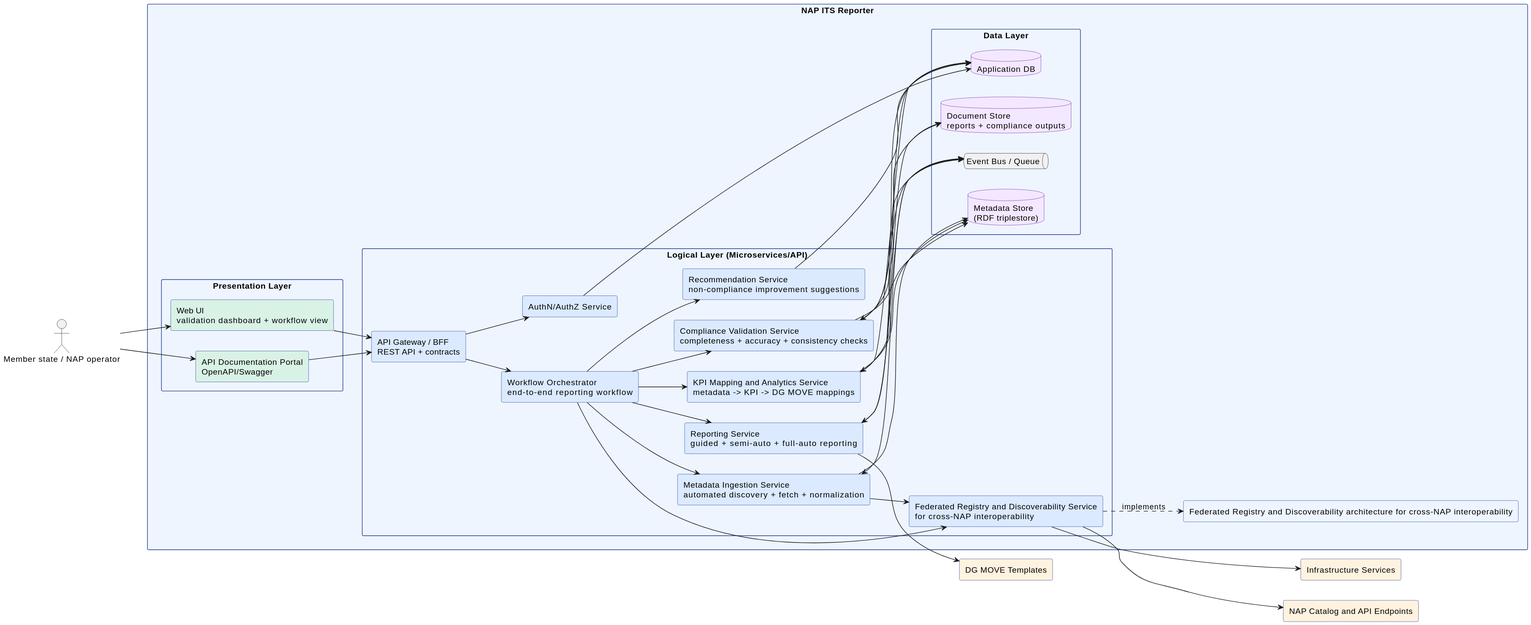
Earlier version of the PlantUML export docs/architecture/svg/container.svg (UM-KGPI/Napcore-ITS-Reporting).
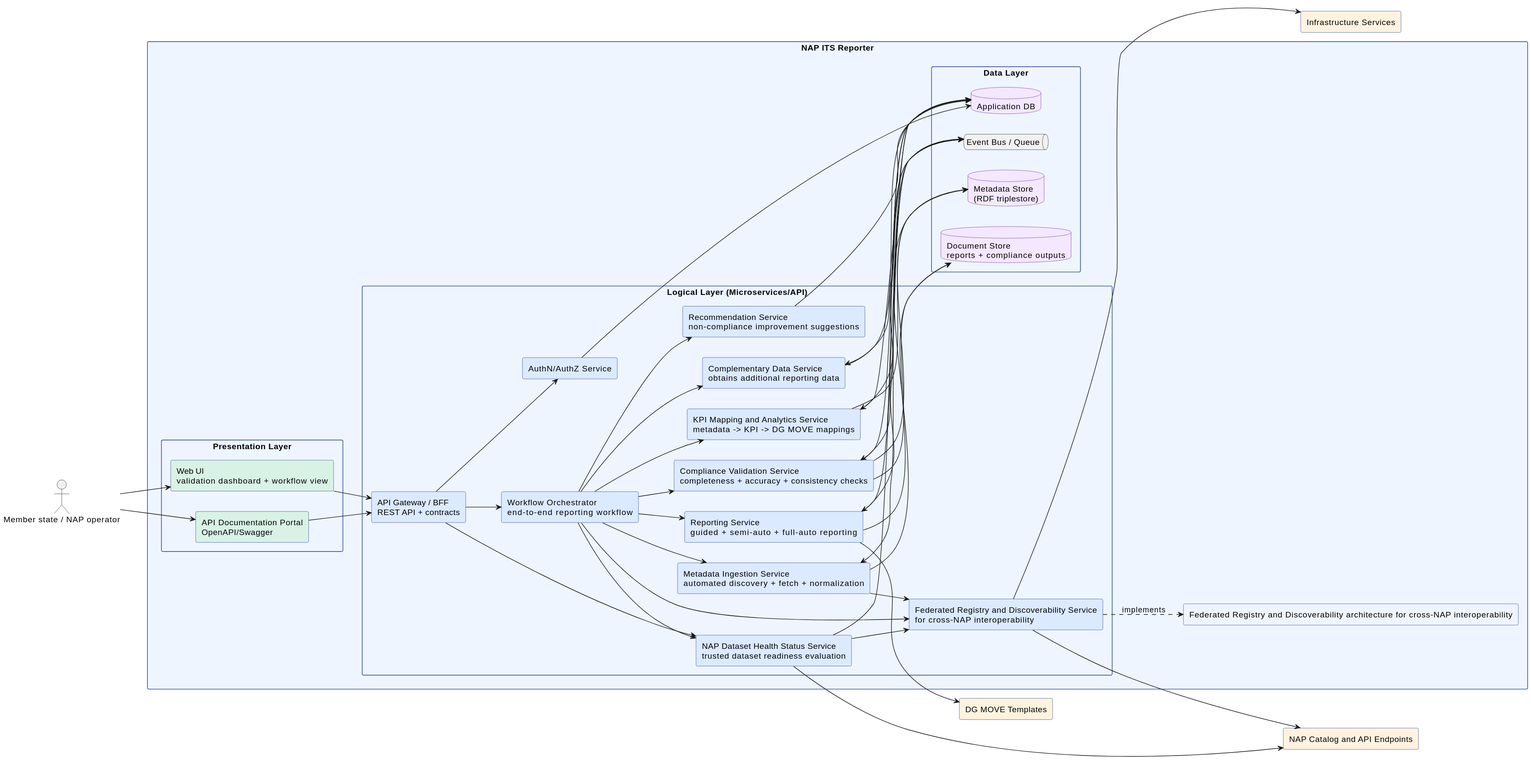
After the commit.

Change to the diagram source:
```diff
@@ -23,18 +23,19 @@
     rectangle "API Documentation Portal\nOpenAPI/Swagger" as APIDOC #d9f2e6
   }
 
-  package "Logical Layer (Microservices/API)" {
+    package "Logical Layer (Microservices/API)" {
     rectangle "API Gateway / BFF\nREST API + contracts" as BFF #dbeafe
     rectangle "Metadata Ingestion Service\nautomated discovery + fetch + normalization" as ING #dbeafe
     rectangle "Federated Registry and Discoverability Service\nfor cross-NAP interoperability" as REGDISC #dbeafe
+    rectangle "NAP Dataset Health Status Service\ntrusted dataset readiness evaluation" as DHS #dbeafe
     rectangle "Compliance Validation Service\ncompleteness + accuracy + consistency checks" as VAL #dbeafe
+    rectangle "Complementary Data Service\nobtains additional reporting data" as COMP #dbeafe
     rectangle "KPI Mapping and Analytics Service\nmetadata -> KPI -> DG MOVE mappings" as KPI #dbeafe
     rectangle "Reporting Service\nguided + semi-auto + full-auto reporting" as REP #dbeafe
     rectangle "Recommendation Service\nnon-compliance improvement suggestions" as REC #dbeafe
     rectangle "Workflow Orchestrator\nend-to-end reporting workflow" as WF #dbeafe
     rectangle "AuthN/AuthZ Service" as IAM #dbeafe
-  }
-
+    }
   package "Data Layer" {
     database "Metadata Store\n(RDF triplestore)" as META
     database "Application DB" as APPDB
@@ -53,10 +54,13 @@
 APIDOC --> BFF
 BFF --> IAM
 BFF --> WF
+BFF --> DHS
 
 WF --> ING
 WF --> REGDISC
+WF --> DHS
 WF --> VAL
+WF --> COMP
 WF --> KPI
 WF --> REP
 WF --> REC
@@ -65,10 +69,14 @@
 REGDISC ..> PATTERN : implements
 REGDISC --> NAP
 REGDISC --> INFRA
+DHS --> REGDISC
+DHS --> NAP
+DHS --> APPDB
 ING --> META
 VAL --> META
 VAL --> APPDB
 VAL --> DOCS
+COMP --> APPDB
 KPI --> META
 KPI --> APPDB
 REP --> DGT
@@ -79,6 +87,7 @@
 ING <--> MQ
 VAL <--> MQ
 KPI <--> MQ
+COMP <--> MQ
 REP <--> MQ
 
 IAM --> APPDB
```
